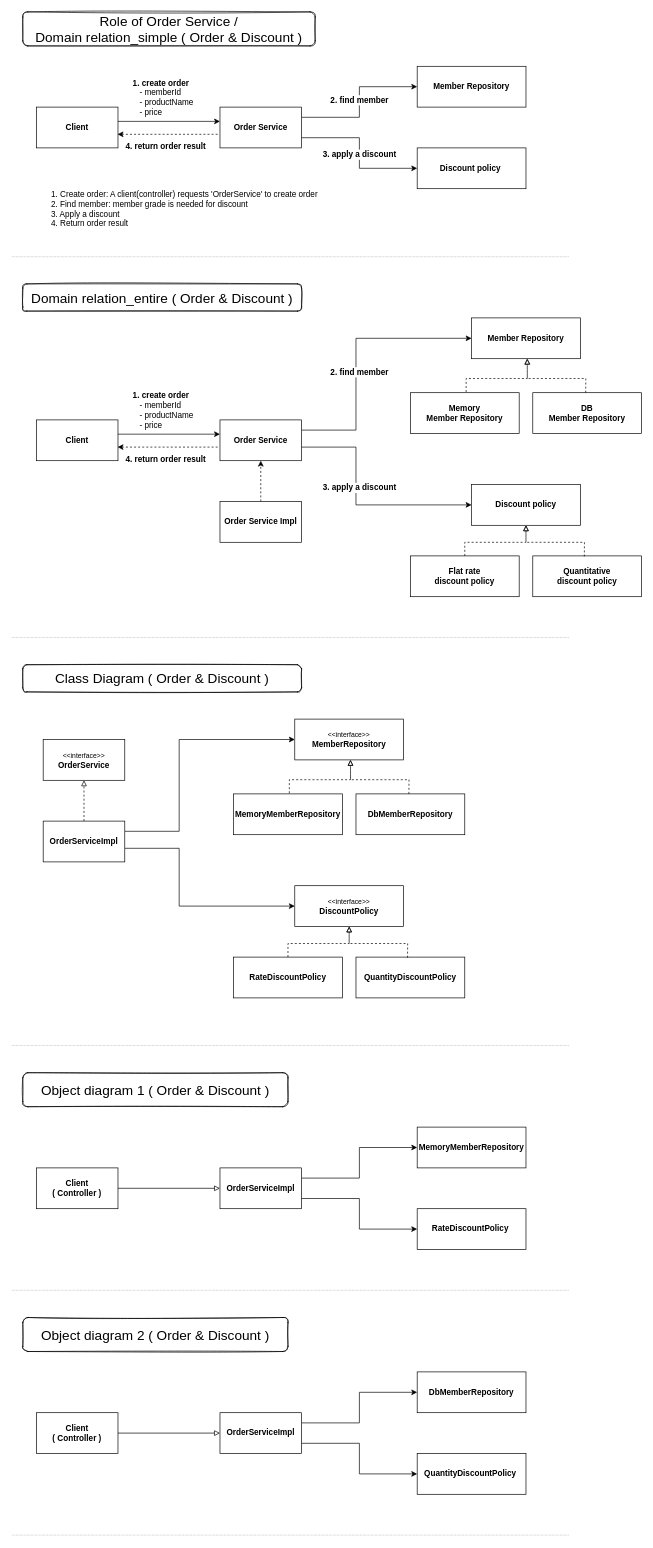
Above: page "Order & Discount" (2 of 2) of domain/diagram.drawio in raejin0/core (draw.io), before the change. Source tidied: cells renumbered, new cells numbered last; positions are measured from the earlier drawing's top-left corner, leaving out a move shared by most shapes. Both pictures are drawn from the tidied source at 68%, with x=0, y=0 at pixel (12, 12).
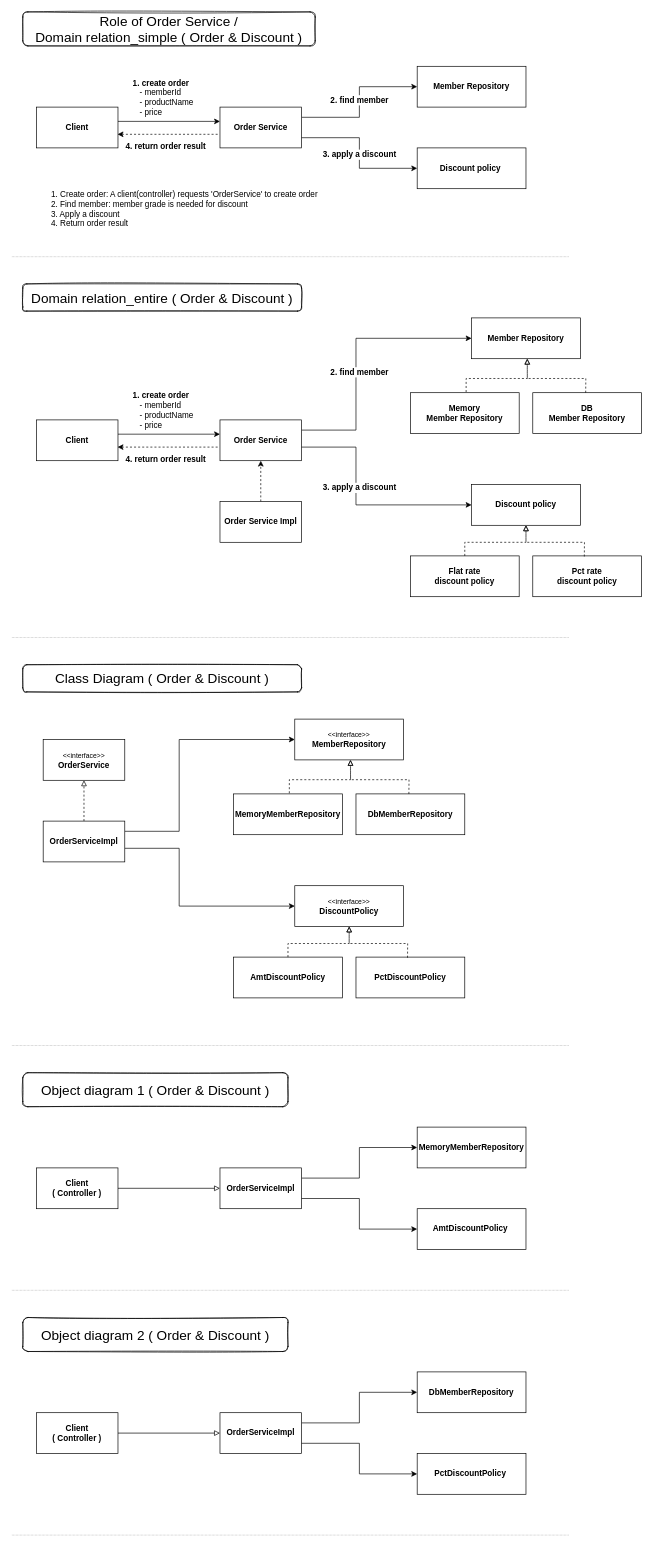
Above is the later version.

What changed in the source:
```diff
@@
-    <mxCell id="33" value="Quantitative&lt;br&gt;discount policy" style="rounded=0;whiteSpace=wrap;html=1;fontStyle=1;" parent="1" vertex="1">
+    <mxCell id="33" value="Pct rate&lt;br&gt;discount policy" style="rounded=0;whiteSpace=wrap;html=1;fontStyle=1;" parent="1" vertex="1">
       <mxGeometry x="766" y="800" width="160" height="60" as="geometry" />
     </mxCell>
@@
-    <mxCell id="50" value="QuantityDiscountPolicy" style="rounded=0;whiteSpace=wrap;html=1;fontStyle=1;" parent="1" vertex="1">
+    <mxCell id="50" value="PctDiscountPolicy" style="rounded=0;whiteSpace=wrap;html=1;fontStyle=1;" parent="1" vertex="1">
       <mxGeometry x="506" y="1390" width="160" height="60" as="geometry" />
     </mxCell>
-    <mxCell id="51" value="RateDiscountPolicy" style="rounded=0;whiteSpace=wrap;html=1;fontStyle=1;" parent="1" vertex="1">
+    <mxCell id="51" value="AmtDiscountPolicy" style="rounded=0;whiteSpace=wrap;html=1;fontStyle=1;" parent="1" vertex="1">
       <mxGeometry x="326" y="1390" width="160" height="60" as="geometry" />
     </mxCell>
@@
-    <mxCell id="65" value="RateDiscountPolicy&amp;nbsp;" style="rounded=0;whiteSpace=wrap;html=1;fontStyle=1;" parent="1" vertex="1">
+    <mxCell id="65" value="AmtDiscountPolicy&amp;nbsp;" style="rounded=0;whiteSpace=wrap;html=1;fontStyle=1;" parent="1" vertex="1">
       <mxGeometry x="596" y="1760" width="160" height="60" as="geometry" />
     </mxCell>
@@
-    <mxCell id="73" value="QuantityDiscountPolicy&amp;nbsp;" style="rounded=0;whiteSpace=wrap;html=1;fontStyle=1;" parent="1" vertex="1">
+    <mxCell id="73" value="PctDiscountPolicy&amp;nbsp;" style="rounded=0;whiteSpace=wrap;html=1;fontStyle=1;" parent="1" vertex="1">
       <mxGeometry x="596" y="2120" width="160" height="60" as="geometry" />
     </mxCell>
```
